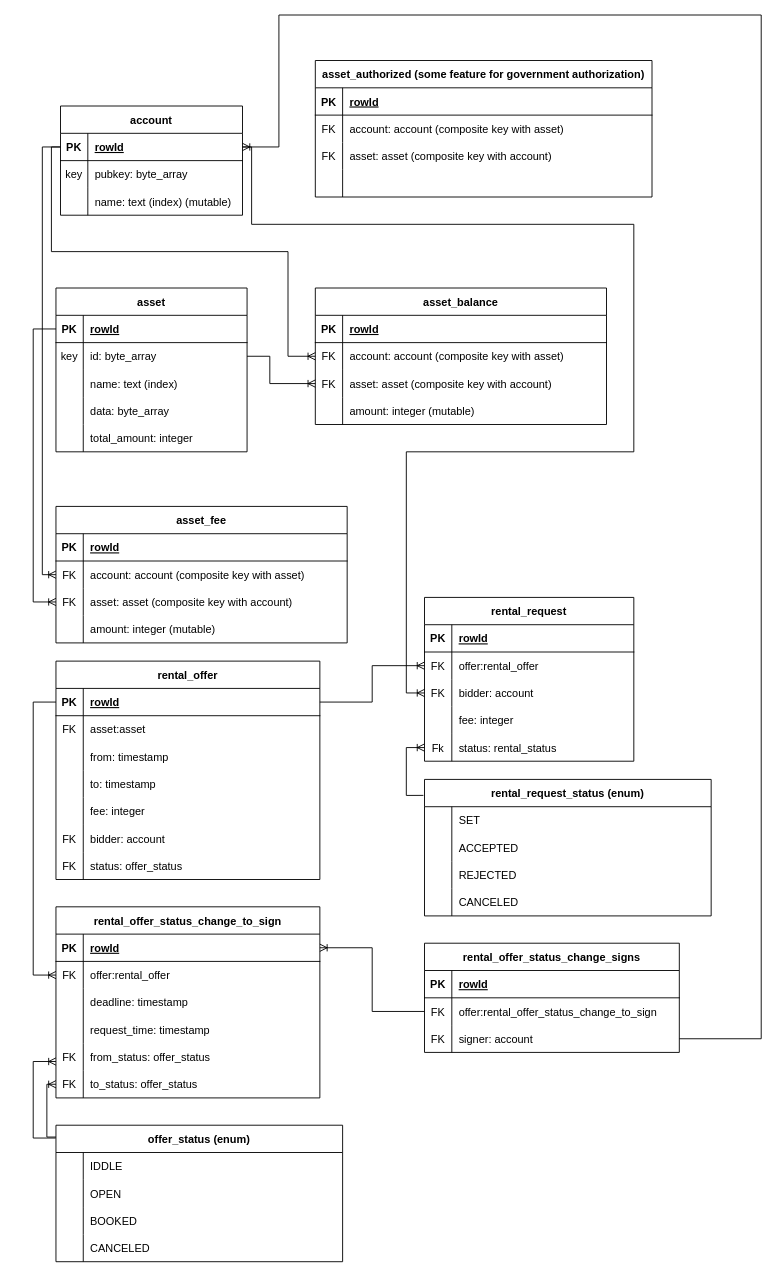
The draw.io diagram schema.drawio in matCzelusniak/chromia-rent, before the edit. Source tidied: cells renumbered, new cells numbered last; positions are measured from the earlier drawing's top-left corner, leaving out a move shared by most shapes. Both pictures are drawn from the tidied source at 91%, with x=0, y=0 at pixel (33, 15).
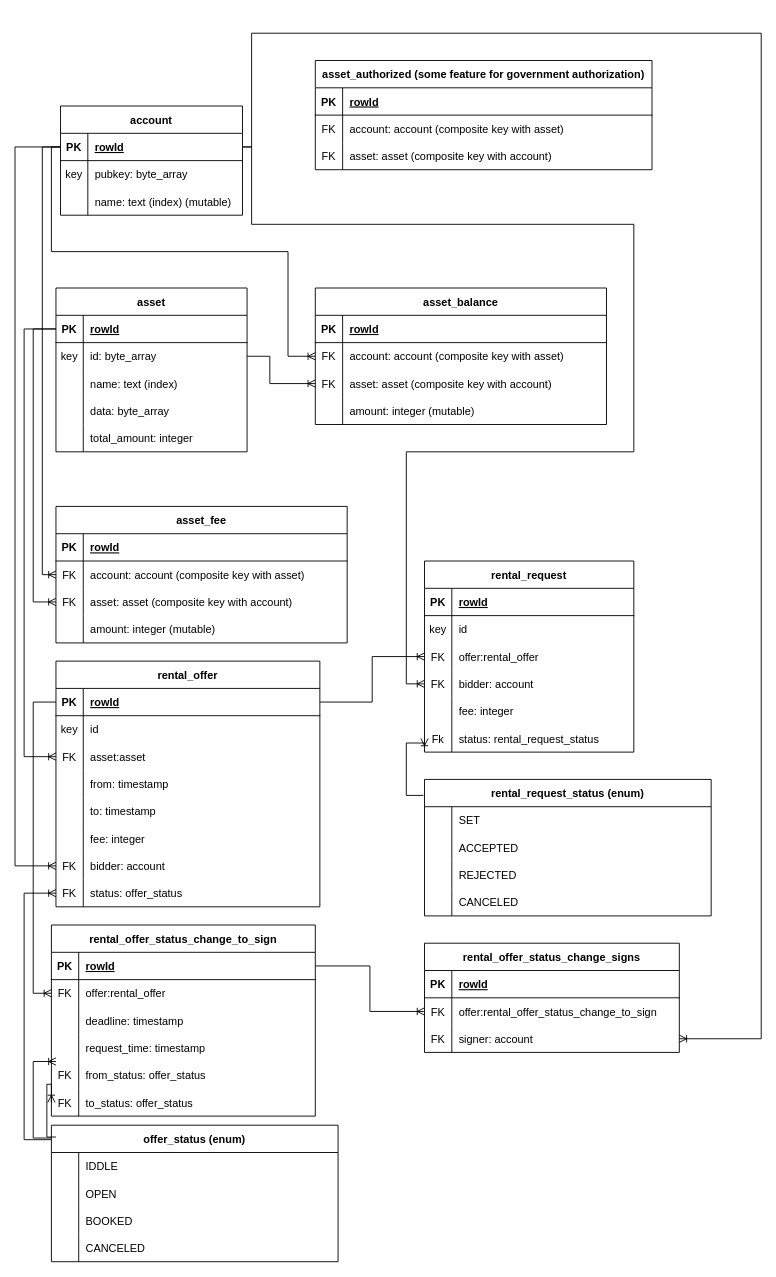
The same page after the edit.

Commit message:
update dependencies between rental statuses

Unchanged cells that the change refers to:
```xml
<mxCell id="3" style="shape=tableRow;horizontal=0;startSize=0;swimlaneHead=0;swimlaneBody=0;fillColor=none;points=[[0,0.5],[1,0.5]];portConstraint=eastwest;top=0;left=0;right=0;bottom=1;" parent="2" vertex="1">
  <mxGeometry y="30" width="200" height="30" as="geometry" />
</mxCell>
<mxCell id="13" style="shape=tableRow;horizontal=0;startSize=0;swimlaneHead=0;swimlaneBody=0;fillColor=none;points=[[0,0.5],[1,0.5]];portConstraint=eastwest;top=0;left=0;right=0;bottom=1;" parent="12" vertex="1">
  <mxGeometry y="30" width="210" height="30" as="geometry" />
</mxCell>
<mxCell id="72" style="shape=tableRow;horizontal=0;startSize=0;swimlaneHead=0;swimlaneBody=0;fillColor=none;points=[[0,0.5],[1,0.5]];portConstraint=eastwest;top=0;left=0;right=0;bottom=1;" parent="71" vertex="1">
  <mxGeometry y="30" width="290" height="30" as="geometry" />
</mxCell>
<mxCell id="75" style="shape=tableRow;horizontal=0;startSize=0;swimlaneHead=0;swimlaneBody=0;fillColor=none;top=0;left=0;right=0;bottom=0;" parent="71" vertex="1">
  <mxGeometry y="60" width="290" height="30" as="geometry" />
</mxCell>
<mxCell id="97" style="shape=tableRow;horizontal=0;startSize=0;swimlaneHead=0;swimlaneBody=0;fillColor=none;points=[[0,0.5],[1,0.5]];portConstraint=eastwest;top=0;left=0;right=0;bottom=0;" parent="93" vertex="1">
  <mxGeometry y="60" width="230" height="30" as="geometry" />
</mxCell>
<mxCell id="123" style="shape=tableRow;horizontal=0;startSize=0;swimlaneHead=0;swimlaneBody=0;fillColor=none;points=[[0,0.5],[1,0.5]];portConstraint=eastwest;top=0;left=0;right=0;bottom=1;" parent="122" vertex="1">
  <mxGeometry y="30" width="290" height="30" as="geometry" />
</mxCell>
<mxCell id="126" style="shape=tableRow;horizontal=0;startSize=0;swimlaneHead=0;swimlaneBody=0;fillColor=none;points=[[0,0.5],[1,0.5]];portConstraint=eastwest;top=0;left=0;right=0;bottom=0;" parent="122" vertex="1">
  <mxGeometry y="60" width="290" height="30" as="geometry" />
</mxCell>
<mxCell id="145" style="shape=tableRow;horizontal=0;startSize=0;swimlaneHead=0;swimlaneBody=0;fillColor=none;points=[[0,0.5],[1,0.5]];portConstraint=eastwest;top=0;left=0;right=0;bottom=0;" parent="141" vertex="1">
  <mxGeometry y="60" width="280" height="30" as="geometry" />
</mxCell>
<mxCell id="148" style="shape=tableRow;horizontal=0;startSize=0;swimlaneHead=0;swimlaneBody=0;fillColor=none;points=[[0,0.5],[1,0.5]];portConstraint=eastwest;top=0;left=0;right=0;bottom=0;" parent="141" vertex="1">
  <mxGeometry y="90" width="280" height="30" as="geometry" />
</mxCell>
<mxCell id="151" value="rental_request_status (enum)" style="shape=table;startSize=30;childLayout=tableLayout;rowLines=0;fontStyle=1;align=center;" parent="1" vertex="1">
  <mxGeometry x="430" y="840" width="315" height="150" as="geometry" />
</mxCell>
```

Diff of the diagram source:
```diff
@@
     <mxCell id="58" value="asset_authorized (some feature for government authorization)" style="shape=table;startSize=30;childLayout=tableLayout;rowLines=0;fontStyle=1;align=center;" parent="1" vertex="1">
-      <mxGeometry x="310" y="50" width="370" height="150" as="geometry" />
+      <mxGeometry x="310" y="50" width="370" height="120" as="geometry" />
     </mxCell>
@@
-    <mxCell id="68" style="shape=tableRow;horizontal=0;startSize=0;swimlaneHead=0;swimlaneBody=0;fillColor=none;top=0;left=0;right=0;bottom=0;" parent="58" vertex="1">
-      <mxGeometry y="120" width="370" height="30" as="geometry" />
-    </mxCell>
-    <mxCell id="69" style="shape=partialRectangle;fillColor=none;top=0;left=0;bottom=0;right=0;overflow=hidden;" parent="68" vertex="1">
-      <mxGeometry width="30" height="30" as="geometry" />
-    </mxCell>
-    <mxCell id="70" style="shape=partialRectangle;fillColor=none;top=0;left=0;bottom=0;right=0;align=left;spacingLeft=6;overflow=hidden;" parent="68" vertex="1">
-      <mxGeometry x="30" width="340" height="30" as="geometry" />
-    </mxCell>
     <mxCell id="71" value="rental_offer" style="shape=table;startSize=30;childLayout=tableLayout;rowLines=0;fontStyle=1;align=center;" parent="1" vertex="1">
-      <mxGeometry x="25" y="710" width="290" height="240" as="geometry" />
+      <mxGeometry x="25" y="710" width="290" height="270" as="geometry" />
     </mxCell>
@@
-    <mxCell id="76" value="FK" style="shape=partialRectangle;fillColor=none;top=0;left=0;bottom=0;right=0;overflow=hidden;" parent="75" vertex="1">
+    <mxCell id="76" value="key" style="shape=partialRectangle;fillColor=none;top=0;left=0;bottom=0;right=0;overflow=hidden;" parent="75" vertex="1">
       <mxGeometry width="30" height="30" as="geometry" />
     </mxCell>
-    <mxCell id="77" value="asset:asset" style="shape=partialRectangle;fillColor=none;top=0;left=0;bottom=0;right=0;align=left;spacingLeft=6;overflow=hidden;" parent="75" vertex="1">
+    <mxCell id="77" value="id" style="shape=partialRectangle;fillColor=none;top=0;left=0;bottom=0;right=0;align=left;spacingLeft=6;overflow=hidden;" parent="75" vertex="1">
       <mxGeometry x="30" width="260" height="30" as="geometry" />
     </mxCell>
+    <mxCell id="172" style="shape=tableRow;horizontal=0;startSize=0;swimlaneHead=0;swimlaneBody=0;fillColor=none;points=[[0,0.5],[1,0.5]];portConstraint=eastwest;top=0;left=0;right=0;bottom=0;" parent="71" vertex="1">
+      <mxGeometry y="90" width="290" height="30" as="geometry" />
+    </mxCell>
+    <mxCell id="173" value="FK" style="shape=partialRectangle;fillColor=none;top=0;left=0;bottom=0;right=0;overflow=hidden;" parent="172" vertex="1">
+      <mxGeometry width="30" height="30" as="geometry" />
+    </mxCell>
+    <mxCell id="174" value="asset:asset" style="shape=partialRectangle;fillColor=none;top=0;left=0;bottom=0;right=0;align=left;spacingLeft=6;overflow=hidden;" parent="172" vertex="1">
+      <mxGeometry x="30" width="260" height="30" as="geometry" />
+    </mxCell>
     <mxCell id="78" style="shape=tableRow;horizontal=0;startSize=0;swimlaneHead=0;swimlaneBody=0;fillColor=none;top=0;left=0;right=0;bottom=0;" parent="71" vertex="1">
-      <mxGeometry y="90" width="290" height="30" as="geometry" />
+      <mxGeometry y="120" width="290" height="30" as="geometry" />
     </mxCell>
@@
     <mxCell id="81" style="shape=tableRow;horizontal=0;startSize=0;swimlaneHead=0;swimlaneBody=0;fillColor=none;top=0;left=0;right=0;bottom=0;" parent="71" vertex="1">
-      <mxGeometry y="120" width="290" height="30" as="geometry" />
+      <mxGeometry y="150" width="290" height="30" as="geometry" />
     </mxCell>
@@
     <mxCell id="84" style="shape=tableRow;horizontal=0;startSize=0;swimlaneHead=0;swimlaneBody=0;fillColor=none;top=0;left=0;right=0;bottom=0;" parent="71" vertex="1">
-      <mxGeometry y="150" width="290" height="30" as="geometry" />
+      <mxGeometry y="180" width="290" height="30" as="geometry" />
     </mxCell>
@@
     <mxCell id="87" style="shape=tableRow;horizontal=0;startSize=0;swimlaneHead=0;swimlaneBody=0;fillColor=none;points=[[0,0.5],[1,0.5]];portConstraint=eastwest;top=0;left=0;right=0;bottom=0;" parent="71" vertex="1">
-      <mxGeometry y="180" width="290" height="30" as="geometry" />
+      <mxGeometry y="210" width="290" height="30" as="geometry" />
     </mxCell>
@@
     <mxCell id="90" style="shape=tableRow;horizontal=0;startSize=0;swimlaneHead=0;swimlaneBody=0;fillColor=none;points=[[0,0.5],[1,0.5]];portConstraint=eastwest;top=0;left=0;right=0;bottom=0;" parent="71" vertex="1">
-      <mxGeometry y="210" width="290" height="30" as="geometry" />
+      <mxGeometry y="240" width="290" height="30" as="geometry" />
     </mxCell>
@@
     <mxCell id="93" value="rental_request" style="shape=table;startSize=30;childLayout=tableLayout;rowLines=0;fontStyle=1;align=center;" parent="1" vertex="1">
-      <mxGeometry x="430" y="640" width="230" height="180" as="geometry" />
+      <mxGeometry x="430" y="600" width="230" height="210" as="geometry" />
     </mxCell>
@@
-    <mxCell id="98" value="FK" style="shape=partialRectangle;fillColor=none;top=0;left=0;bottom=0;right=0;overflow=hidden;" parent="97" vertex="1">
+    <mxCell id="98" value="key" style="shape=partialRectangle;fillColor=none;top=0;left=0;bottom=0;right=0;overflow=hidden;" parent="97" vertex="1">
       <mxGeometry width="30" height="30" as="geometry" />
     </mxCell>
-    <mxCell id="99" value="offer:rental_offer" style="shape=partialRectangle;fillColor=none;top=0;left=0;bottom=0;right=0;align=left;spacingLeft=6;overflow=hidden;" parent="97" vertex="1">
+    <mxCell id="99" value="id" style="shape=partialRectangle;fillColor=none;top=0;left=0;bottom=0;right=0;align=left;spacingLeft=6;overflow=hidden;" parent="97" vertex="1">
       <mxGeometry x="30" width="200" height="30" as="geometry" />
     </mxCell>
+    <mxCell id="175" style="shape=tableRow;horizontal=0;startSize=0;swimlaneHead=0;swimlaneBody=0;fillColor=none;points=[[0,0.5],[1,0.5]];portConstraint=eastwest;top=0;left=0;right=0;bottom=0;" parent="93" vertex="1">
+      <mxGeometry y="90" width="230" height="30" as="geometry" />
+    </mxCell>
+    <mxCell id="176" value="FK" style="shape=partialRectangle;fillColor=none;top=0;left=0;bottom=0;right=0;overflow=hidden;" parent="175" vertex="1">
+      <mxGeometry width="30" height="30" as="geometry" />
+    </mxCell>
+    <mxCell id="177" value="offer:rental_offer" style="shape=partialRectangle;fillColor=none;top=0;left=0;bottom=0;right=0;align=left;spacingLeft=6;overflow=hidden;" parent="175" vertex="1">
+      <mxGeometry x="30" width="200" height="30" as="geometry" />
+    </mxCell>
     <mxCell id="100" style="shape=tableRow;horizontal=0;startSize=0;swimlaneHead=0;swimlaneBody=0;fillColor=none;points=[[0,0.5],[1,0.5]];portConstraint=eastwest;top=0;left=0;right=0;bottom=0;" parent="93" vertex="1">
-      <mxGeometry y="90" width="230" height="30" as="geometry" />
+      <mxGeometry y="120" width="230" height="30" as="geometry" />
     </mxCell>
@@
     <mxCell id="103" style="shape=tableRow;horizontal=0;startSize=0;swimlaneHead=0;swimlaneBody=0;fillColor=none;top=0;left=0;right=0;bottom=0;" parent="93" vertex="1">
-      <mxGeometry y="120" width="230" height="30" as="geometry" />
+      <mxGeometry y="150" width="230" height="30" as="geometry" />
     </mxCell>
@@
     <mxCell id="106" style="shape=tableRow;horizontal=0;startSize=0;swimlaneHead=0;swimlaneBody=0;fillColor=none;points=[[0,0.5],[1,0.5]];portConstraint=eastwest;top=0;left=0;right=0;bottom=0;" parent="93" vertex="1">
-      <mxGeometry y="150" width="230" height="30" as="geometry" />
+      <mxGeometry y="180" width="230" height="30" as="geometry" />
     </mxCell>
@@
-    <mxCell id="108" value="status: rental_status" style="shape=partialRectangle;fillColor=none;top=0;left=0;bottom=0;right=0;align=left;spacingLeft=6;overflow=hidden;" parent="106" vertex="1">
+    <mxCell id="108" value="status: rental_request_status" style="shape=partialRectangle;fillColor=none;top=0;left=0;bottom=0;right=0;align=left;spacingLeft=6;overflow=hidden;" parent="106" vertex="1">
       <mxGeometry x="30" width="200" height="30" as="geometry" />
     </mxCell>
     <mxCell id="109" value="offer_status (enum)" style="shape=table;startSize=30;childLayout=tableLayout;rowLines=0;fontStyle=1;align=center;" parent="1" vertex="1">
-      <mxGeometry x="25" y="1220" width="315" height="150" as="geometry" />
+      <mxGeometry x="20" y="1220" width="315" height="150" as="geometry" />
     </mxCell>
@@
     <mxCell id="122" value="rental_offer_status_change_to_sign" style="shape=table;startSize=30;childLayout=tableLayout;rowLines=0;fontStyle=1;align=center;" parent="1" vertex="1">
-      <mxGeometry x="25" y="980" width="290" height="210" as="geometry" />
+      <mxGeometry x="20" y="1000" width="290" height="210" as="geometry" />
     </mxCell>
@@
-    <mxCell id="164" style="edgeStyle=orthogonalEdgeStyle;fontSize=12;html=1;endArrow=ERoneToMany;rounded=0;entryX=0;entryY=0.5;entryDx=0;entryDy=0;exitX=1;exitY=0.5;exitDx=0;exitDy=0;" parent="1" edge="1" source="72" target="97">
+    <mxCell id="164" style="edgeStyle=orthogonalEdgeStyle;fontSize=12;html=1;endArrow=ERoneToMany;rounded=0;entryX=0;entryY=0.5;entryDx=0;entryDy=0;exitX=1;exitY=0.5;exitDx=0;exitDy=0;" parent="1" edge="1" source="72" target="175">
       <mxGeometry relative="1" as="geometry" />
     </mxCell>
     <mxCell id="165" style="edgeStyle=orthogonalEdgeStyle;fontSize=12;html=1;endArrow=ERoneToMany;rounded=0;exitX=-0.004;exitY=0.117;exitDx=0;exitDy=0;exitPerimeter=0;entryX=0;entryY=0.5;entryDx=0;entryDy=0;" parent="1" edge="1" source="151" target="106">
       <mxGeometry relative="1" as="geometry">
         <Array as="points">
           <mxPoint x="410" y="858" />
-          <mxPoint x="410" y="805" />
+          <mxPoint x="410" y="800" />
+          <mxPoint x="430" y="800" />
         </Array>
       </mxGeometry>
     </mxCell>
     <mxCell id="166" style="edgeStyle=orthogonalEdgeStyle;fontSize=12;html=1;endArrow=ERoneToMany;rounded=0;exitX=1;exitY=0.5;exitDx=0;exitDy=0;entryX=0;entryY=0.5;entryDx=0;entryDy=0;" parent="1" edge="1" source="3" target="100">
       <mxGeometry relative="1" as="geometry">
         <Array as="points">
           <mxPoint x="240" y="145" />
           <mxPoint x="240" y="230" />
           <mxPoint x="660" y="230" />
           <mxPoint x="660" y="480" />
           <mxPoint x="410" y="480" />
-          <mxPoint x="410" y="745" />
+          <mxPoint x="410" y="735" />
         </Array>
       </mxGeometry>
     </mxCell>
     <mxCell id="167" style="edgeStyle=orthogonalEdgeStyle;fontSize=12;html=1;endArrow=ERoneToMany;rounded=0;exitX=0;exitY=0.5;exitDx=0;exitDy=0;entryX=0;entryY=0.5;entryDx=0;entryDy=0;" parent="1" edge="1" source="72" target="126">
       <mxGeometry relative="1" as="geometry">
         <Array as="points">
           <mxPoint y="755" />
-          <mxPoint y="1055" />
+          <mxPoint y="1075" />
         </Array>
       </mxGeometry>
     </mxCell>
@@
-    <mxCell id="170" style="edgeStyle=orthogonalEdgeStyle;fontSize=12;html=1;endArrow=ERoneToMany;rounded=0;exitX=0;exitY=0.5;exitDx=0;exitDy=0;entryX=1;entryY=0.5;entryDx=0;entryDy=0;" parent="1" edge="1" source="145" target="123">
+    <mxCell id="170" style="edgeStyle=orthogonalEdgeStyle;fontSize=12;html=1;endArrow=ERoneToMany;rounded=0;entryX=0;entryY=0.5;entryDx=0;entryDy=0;exitX=1;exitY=0.5;exitDx=0;exitDy=0;" parent="1" edge="1" source="123" target="145">
       <mxGeometry relative="1" as="geometry" />
     </mxCell>
-    <mxCell id="171" style="edgeStyle=orthogonalEdgeStyle;fontSize=12;html=1;endArrow=ERoneToMany;rounded=0;exitX=1;exitY=0.5;exitDx=0;exitDy=0;entryX=1;entryY=0.5;entryDx=0;entryDy=0;" parent="1" edge="1" source="148" target="3">
-      <mxGeometry relative="1" as="geometry">
-        <Array as="points">
-          <mxPoint x="800" y="1125" />
-          <mxPoint x="800" />
-          <mxPoint x="270" />
-          <mxPoint x="270" y="145" />
-        </Array>
-      </mxGeometry>
-    </mxCell>
+    <mxCell id="178" style="edgeStyle=orthogonalEdgeStyle;fontSize=12;html=1;endArrow=ERoneToMany;rounded=0;exitX=1;exitY=0.5;exitDx=0;exitDy=0;entryX=1;entryY=0.5;entryDx=0;entryDy=0;" parent="1" edge="1" source="3" target="148">
+      <mxGeometry relative="1" as="geometry">
+        <Array as="points">
+          <mxPoint x="240" y="145" />
+          <mxPoint x="240" y="20" />
+          <mxPoint x="800" y="20" />
+          <mxPoint x="800" y="1125" />
+        </Array>
+      </mxGeometry>
+    </mxCell>
+    <mxCell id="179" style="edgeStyle=orthogonalEdgeStyle;fontSize=12;html=1;endArrow=ERoneToMany;rounded=0;exitX=0;exitY=0.5;exitDx=0;exitDy=0;entryX=0;entryY=0.5;entryDx=0;entryDy=0;" parent="1" edge="1" source="13" target="172">
+      <mxGeometry relative="1" as="geometry">
+        <Array as="points">
+          <mxPoint x="-10" y="345" />
+          <mxPoint x="-10" y="815" />
+        </Array>
+      </mxGeometry>
+    </mxCell>
+    <mxCell id="180" style="edgeStyle=orthogonalEdgeStyle;fontSize=12;html=1;endArrow=ERoneToMany;rounded=0;exitX=0;exitY=0.5;exitDx=0;exitDy=0;entryX=0;entryY=0.5;entryDx=0;entryDy=0;" parent="1" edge="1" source="3" target="87">
+      <mxGeometry relative="1" as="geometry">
+        <Array as="points">
+          <mxPoint x="-20" y="145" />
+          <mxPoint x="-20" y="935" />
+        </Array>
+      </mxGeometry>
+    </mxCell>
+    <mxCell id="181" style="edgeStyle=orthogonalEdgeStyle;fontSize=12;html=1;endArrow=ERoneToMany;rounded=0;exitX=-0.001;exitY=0.106;exitDx=0;exitDy=0;exitPerimeter=0;entryX=0;entryY=0.5;entryDx=0;entryDy=0;" parent="1" edge="1" source="109" target="90">
+      <mxGeometry relative="1" as="geometry">
+        <Array as="points">
+          <mxPoint x="-10" y="1236" />
+          <mxPoint x="-10" y="965" />
+        </Array>
+      </mxGeometry>
+    </mxCell>
```
